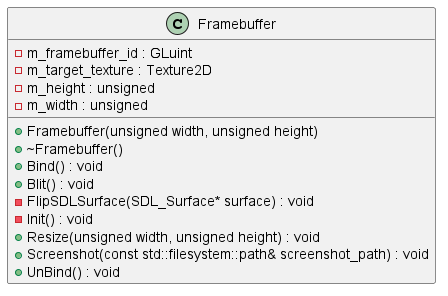
The PlantUML diagram docs/plantuml/Framebuffer_class_diagram.png in monkeysoop/szakdoga, before a commit.
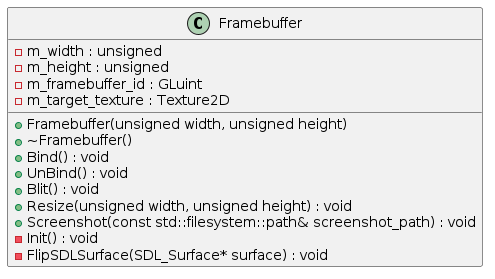
The same diagram one commit later.

The edit, as a diff of the source:
```diff
@@ -3,19 +3,19 @@
 
 
 class Framebuffer {
-	+Framebuffer(unsigned width, unsigned height)
-	+~Framebuffer()
-	-m_framebuffer_id : GLuint
-	-m_target_texture : Texture2D
-	-m_height : unsigned
-	-m_width : unsigned
-	+Bind() : void
-	+Blit() : void
-	-FlipSDLSurface(SDL_Surface* surface) : void
-	-Init() : void
-	+Resize(unsigned width, unsigned height) : void
-	+Screenshot(const std::filesystem::path& screenshot_path) : void
-	+UnBind() : void
+    +Framebuffer(unsigned width, unsigned height)
+    +~Framebuffer()
+    +Bind() : void
+    +UnBind() : void
+    +Blit() : void
+    +Resize(unsigned width, unsigned height) : void
+    +Screenshot(const std::filesystem::path& screenshot_path) : void
+    -m_width : unsigned
+    -m_height : unsigned
+    -m_framebuffer_id : GLuint
+    -m_target_texture : Texture2D
+    -Init() : void
+    -FlipSDLSurface(SDL_Surface* surface) : void
 }
 
 
```
